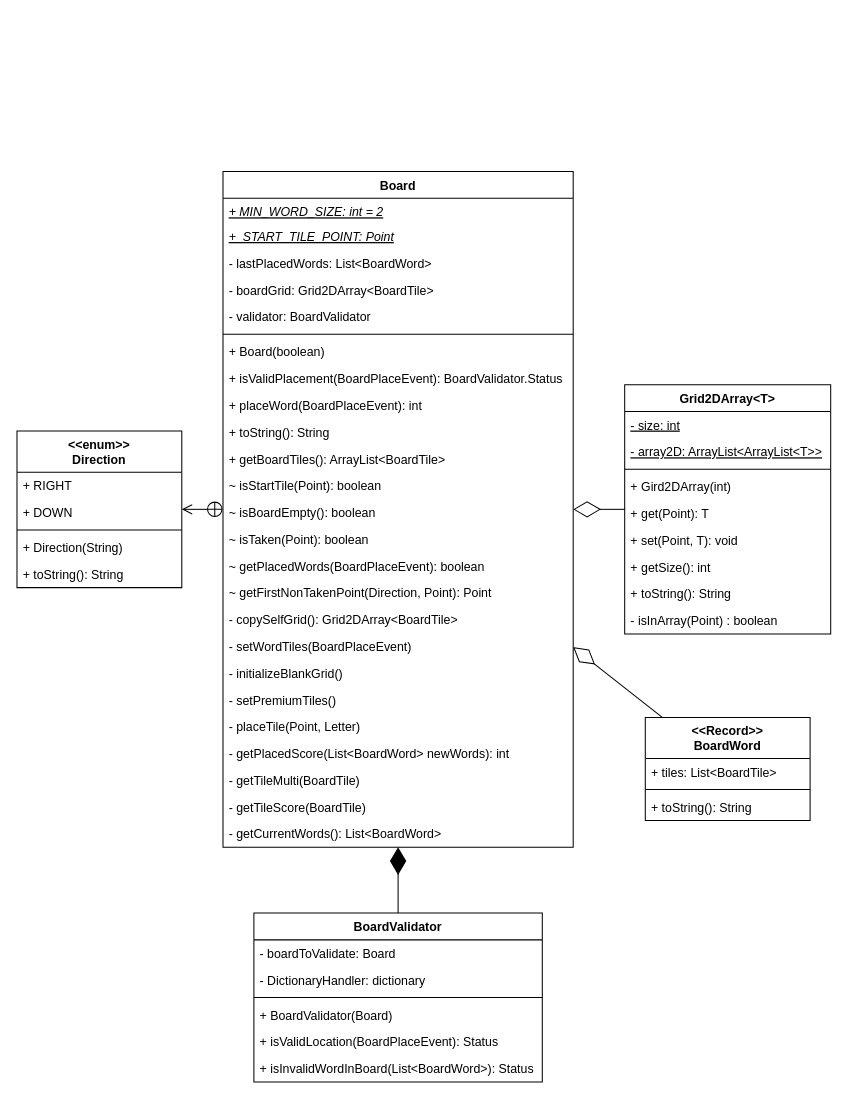
Earlier version of the draw.io diagram page "Board" (1 of 3) of UML/ClassDiagrams/Model/Board.drawio (trk20/Scuffle). Source tidied: cells renumbered, new cells numbered last; positions are measured from the earlier drawing's top-left corner, leaving out a move shared by most shapes. Both pictures are drawn from the tidied source at 103%, with x=0, y=0 at pixel (16, 171).
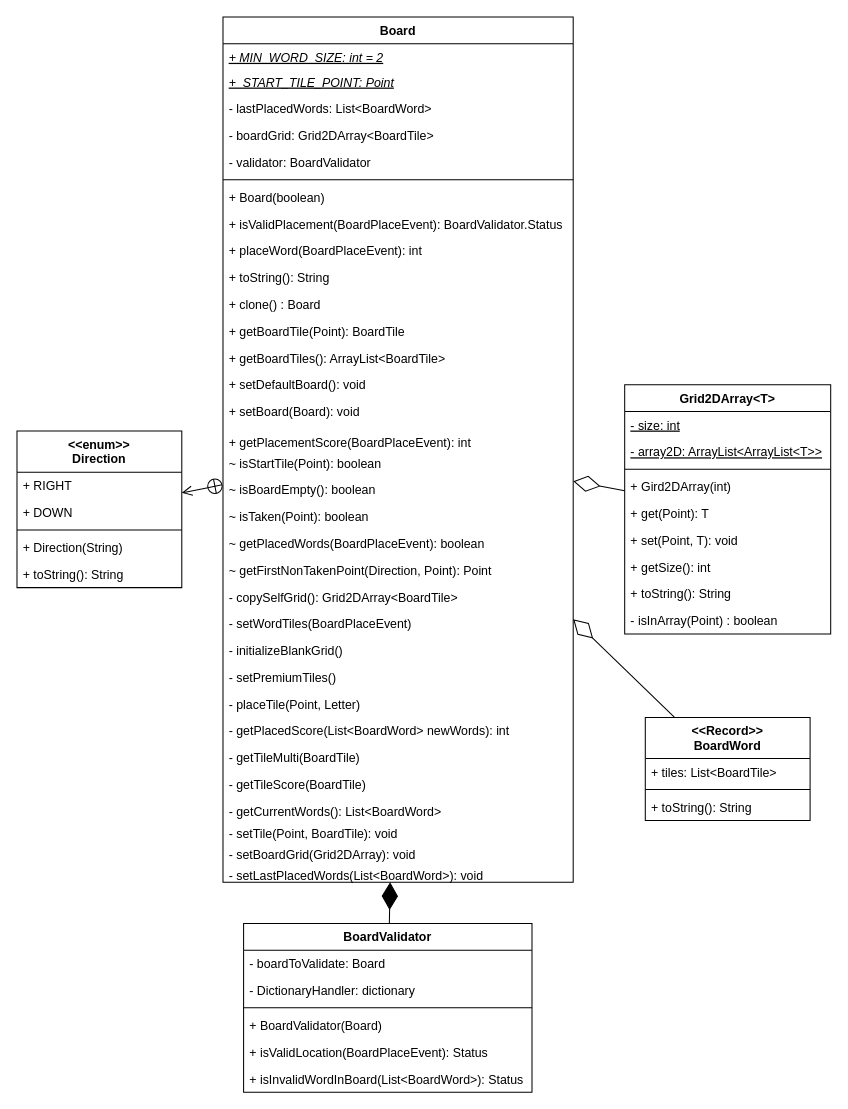
The same diagram, later.

Commit message (it also covers changes not shown here):
-Updated Board class diagram and added respective PNG

Change to the diagram source:
```diff
@@
     <mxCell id="2" value="Board" style="swimlane;fontStyle=1;align=center;verticalAlign=top;horizontal=1;startSize=26;" parent="1" vertex="1">
-      <mxGeometry x="200" width="340" height="656" as="geometry" />
+      <mxGeometry x="200" y="-150" width="340" height="840" as="geometry" />
     </mxCell>
@@
+    <mxCell id="59" value="+ clone() : Board" style="text;strokeColor=none;fillColor=none;align=left;verticalAlign=top;spacingLeft=4;spacingRight=4;overflow=hidden;" parent="2" vertex="1">
+      <mxGeometry y="266" width="340" height="26" as="geometry" />
+    </mxCell>
+    <mxCell id="60" value="+ getBoardTile(Point): BoardTile" style="text;strokeColor=none;fillColor=none;align=left;verticalAlign=top;spacingLeft=4;spacingRight=4;overflow=hidden;" parent="2" vertex="1">
+      <mxGeometry y="292" width="340" height="26" as="geometry" />
+    </mxCell>
     <mxCell id="13" value="+ getBoardTiles(): ArrayList&lt;BoardTile&gt;" style="text;strokeColor=none;fillColor=none;align=left;verticalAlign=top;spacingLeft=4;spacingRight=4;overflow=hidden;" parent="2" vertex="1">
-      <mxGeometry y="266" width="340" height="26" as="geometry" />
+      <mxGeometry y="318" width="340" height="26" as="geometry" />
     </mxCell>
+    <mxCell id="61" value="+ setDefaultBoard(): void" style="text;strokeColor=none;fillColor=none;align=left;verticalAlign=top;spacingLeft=4;spacingRight=4;overflow=hidden;" parent="2" vertex="1">
+      <mxGeometry y="344" width="340" height="26" as="geometry" />
+    </mxCell>
+    <mxCell id="27" value="+ setBoard(Board): void" style="text;strokeColor=none;fillColor=none;align=left;verticalAlign=top;spacingLeft=4;spacingRight=4;overflow=hidden;" parent="2" vertex="1">
+      <mxGeometry y="370" width="340" height="30" as="geometry" />
+    </mxCell>
+    <mxCell id="62" value="+ getPlacementScore(BoardPlaceEvent): int" style="text;strokeColor=none;fillColor=none;align=left;verticalAlign=top;spacingLeft=4;spacingRight=4;overflow=hidden;" parent="2" vertex="1">
+      <mxGeometry y="400" width="340" height="20" as="geometry" />
+    </mxCell>
     <mxCell id="14" value="~ isStartTile(Point): boolean" style="text;strokeColor=none;fillColor=none;align=left;verticalAlign=top;spacingLeft=4;spacingRight=4;overflow=hidden;" parent="2" vertex="1">
-      <mxGeometry y="292" width="340" height="26" as="geometry" />
+      <mxGeometry y="420" width="340" height="26" as="geometry" />
     </mxCell>
     <mxCell id="15" value="~ isBoardEmpty(): boolean" style="text;strokeColor=none;fillColor=none;align=left;verticalAlign=top;spacingLeft=4;spacingRight=4;overflow=hidden;" parent="2" vertex="1">
-      <mxGeometry y="318" width="340" height="26" as="geometry" />
+      <mxGeometry y="446" width="340" height="26" as="geometry" />
     </mxCell>
     <mxCell id="16" value="~ isTaken(Point): boolean" style="text;strokeColor=none;fillColor=none;align=left;verticalAlign=top;spacingLeft=4;spacingRight=4;overflow=hidden;" parent="2" vertex="1">
-      <mxGeometry y="344" width="340" height="26" as="geometry" />
+      <mxGeometry y="472" width="340" height="26" as="geometry" />
     </mxCell>
     <mxCell id="17" value="~ getPlacedWords(BoardPlaceEvent): boolean" style="text;strokeColor=none;fillColor=none;align=left;verticalAlign=top;spacingLeft=4;spacingRight=4;overflow=hidden;" parent="2" vertex="1">
-      <mxGeometry y="370" width="340" height="26" as="geometry" />
+      <mxGeometry y="498" width="340" height="26" as="geometry" />
     </mxCell>
     <mxCell id="18" value="~ getFirstNonTakenPoint(Direction, Point): Point" style="text;strokeColor=none;fillColor=none;align=left;verticalAlign=top;spacingLeft=4;spacingRight=4;overflow=hidden;" parent="2" vertex="1">
-      <mxGeometry y="396" width="340" height="26" as="geometry" />
+      <mxGeometry y="524" width="340" height="26" as="geometry" />
     </mxCell>
     <mxCell id="19" value="- copySelfGrid(): Grid2DArray&lt;BoardTile&gt;" style="text;strokeColor=none;fillColor=none;align=left;verticalAlign=top;spacingLeft=4;spacingRight=4;overflow=hidden;" parent="2" vertex="1">
-      <mxGeometry y="422" width="340" height="26" as="geometry" />
+      <mxGeometry y="550" width="340" height="26" as="geometry" />
     </mxCell>
     <mxCell id="20" value="- setWordTiles(BoardPlaceEvent)" style="text;strokeColor=none;fillColor=none;align=left;verticalAlign=top;spacingLeft=4;spacingRight=4;overflow=hidden;" parent="2" vertex="1">
-      <mxGeometry y="448" width="340" height="26" as="geometry" />
+      <mxGeometry y="576" width="340" height="26" as="geometry" />
     </mxCell>
     <mxCell id="21" value="- initializeBlankGrid()" style="text;strokeColor=none;fillColor=none;align=left;verticalAlign=top;spacingLeft=4;spacingRight=4;overflow=hidden;" parent="2" vertex="1">
-      <mxGeometry y="474" width="340" height="26" as="geometry" />
+      <mxGeometry y="602" width="340" height="26" as="geometry" />
     </mxCell>
     <mxCell id="22" value="- setPremiumTiles()" style="text;strokeColor=none;fillColor=none;align=left;verticalAlign=top;spacingLeft=4;spacingRight=4;overflow=hidden;" parent="2" vertex="1">
-      <mxGeometry y="500" width="340" height="26" as="geometry" />
+      <mxGeometry y="628" width="340" height="26" as="geometry" />
     </mxCell>
     <mxCell id="23" value="- placeTile(Point, Letter)" style="text;strokeColor=none;fillColor=none;align=left;verticalAlign=top;spacingLeft=4;spacingRight=4;overflow=hidden;" parent="2" vertex="1">
-      <mxGeometry y="526" width="340" height="26" as="geometry" />
+      <mxGeometry y="654" width="340" height="26" as="geometry" />
     </mxCell>
     <mxCell id="24" value="- getPlacedScore(List&lt;BoardWord&gt; newWords): int" style="text;strokeColor=none;fillColor=none;align=left;verticalAlign=top;spacingLeft=4;spacingRight=4;overflow=hidden;" parent="2" vertex="1">
-      <mxGeometry y="552" width="340" height="26" as="geometry" />
+      <mxGeometry y="680" width="340" height="26" as="geometry" />
     </mxCell>
     <mxCell id="25" value="- getTileMulti(BoardTile)" style="text;strokeColor=none;fillColor=none;align=left;verticalAlign=top;spacingLeft=4;spacingRight=4;overflow=hidden;" parent="2" vertex="1">
-      <mxGeometry y="578" width="340" height="26" as="geometry" />
+      <mxGeometry y="706" width="340" height="26" as="geometry" />
     </mxCell>
     <mxCell id="26" value="- getTileScore(BoardTile)" style="text;strokeColor=none;fillColor=none;align=left;verticalAlign=top;spacingLeft=4;spacingRight=4;overflow=hidden;" parent="2" vertex="1">
-      <mxGeometry y="604" width="340" height="26" as="geometry" />
+      <mxGeometry y="732" width="340" height="26" as="geometry" />
     </mxCell>
-    <mxCell id="27" value="- getCurrentWords(): List&lt;BoardWord&gt;" style="text;strokeColor=none;fillColor=none;align=left;verticalAlign=top;spacingLeft=4;spacingRight=4;overflow=hidden;" parent="2" vertex="1">
-      <mxGeometry y="630" width="340" height="26" as="geometry" />
-    </mxCell>
+    <mxCell id="63" value="- getCurrentWords(): List&lt;BoardWord&gt;" style="text;strokeColor=none;fillColor=none;align=left;verticalAlign=top;spacingLeft=4;spacingRight=4;overflow=hidden;" parent="2" vertex="1">
+      <mxGeometry y="758" width="340" height="22" as="geometry" />
+    </mxCell>
+    <mxCell id="64" value="- setTile(Point, BoardTile): void" style="text;strokeColor=none;fillColor=none;align=left;verticalAlign=top;spacingLeft=4;spacingRight=4;overflow=hidden;" parent="2" vertex="1">
+      <mxGeometry y="780" width="340" height="20" as="geometry" />
+    </mxCell>
+    <mxCell id="65" value="- setBoardGrid(Grid2DArray): void" style="text;strokeColor=none;fillColor=none;align=left;verticalAlign=top;spacingLeft=4;spacingRight=4;overflow=hidden;" parent="2" vertex="1">
+      <mxGeometry y="800" width="340" height="20" as="geometry" />
+    </mxCell>
+    <mxCell id="66" value="- setLastPlacedWords(List&lt;BoardWord&gt;): void" style="text;strokeColor=none;fillColor=none;align=left;verticalAlign=top;spacingLeft=4;spacingRight=4;overflow=hidden;" parent="2" vertex="1">
+      <mxGeometry y="820" width="340" height="20" as="geometry" />
+    </mxCell>
@@
     <mxCell id="35" value="BoardValidator" style="swimlane;fontStyle=1;align=center;verticalAlign=top;horizontal=1;startSize=26;" parent="1" vertex="1">
-      <mxGeometry x="230" y="720" width="280" height="164" as="geometry" />
+      <mxGeometry x="220" y="730" width="280" height="164" as="geometry" />
     </mxCell>
```
